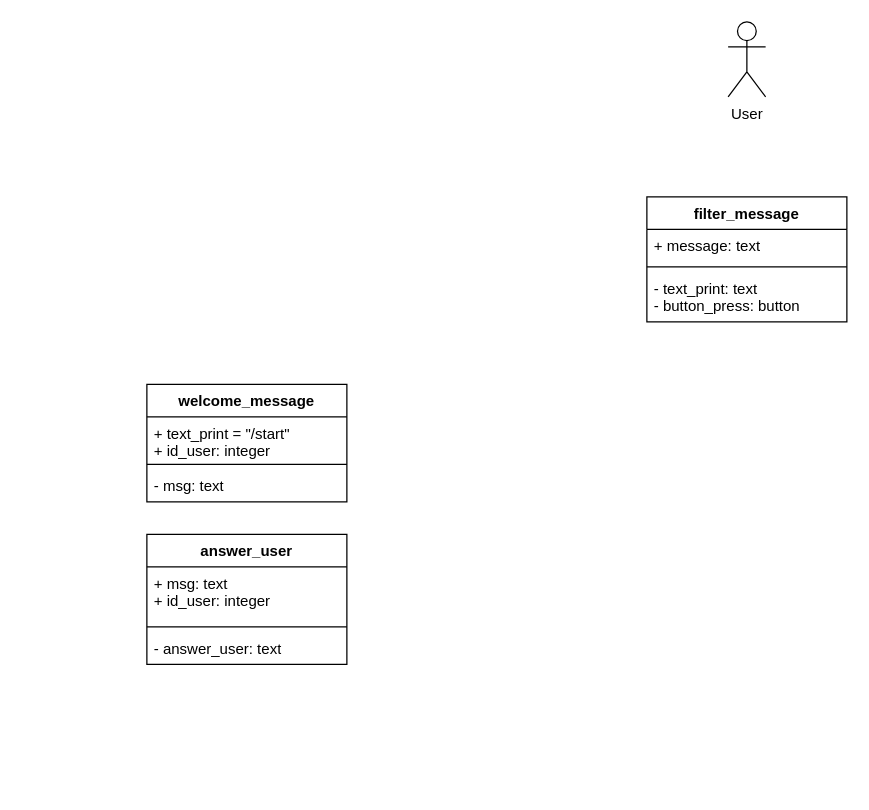
The draw.io diagram Functions for Telegram chatbot.drawio in Arnoldig/Coursemc_final_work, before the edit. Source tidied: cells renumbered, new cells numbered last; positions are measured from the earlier drawing's top-left corner, leaving out a move shared by most shapes. Both pictures are drawn from the tidied source at 125%, with x=0, y=0 at pixel (146, 21).
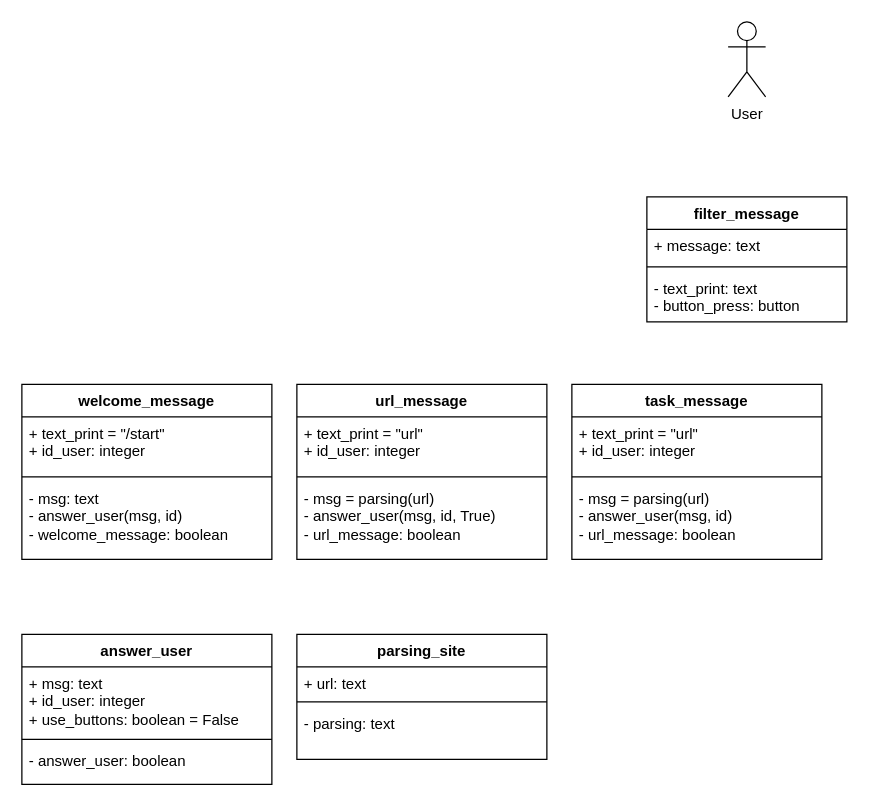
Above is the later version.

Commit message:
Всего 6 функций

Change to the diagram source:
```diff
@@
     <mxCell id="7" value="welcome_message" style="swimlane;fontStyle=1;align=center;verticalAlign=top;horizontal=1;startSize=26;whiteSpace=wrap;html=1;" parent="1" vertex="1">
-      <mxGeometry y="290" width="160" height="94" as="geometry" />
+      <mxGeometry x="-100" y="290" width="200" height="140" as="geometry" />
     </mxCell>
     <mxCell id="8" value="+ text_print = &quot;/start&quot;&lt;br&gt;+ id_user: integer" style="text;strokeColor=none;fillColor=none;align=left;verticalAlign=top;spacingLeft=4;spacingRight=4;overflow=hidden;whiteSpace=wrap;html=1;" parent="7" vertex="1">
-      <mxGeometry y="26" width="160" height="34" as="geometry" />
+      <mxGeometry y="26" width="200" height="44" as="geometry" />
     </mxCell>
     <mxCell id="9" style="line;strokeWidth=1;fillColor=none;align=left;verticalAlign=middle;spacingTop=-1;spacingLeft=3;spacingRight=3;labelPosition=right;strokeColor=inherit;" parent="7" vertex="1">
-      <mxGeometry y="60" width="160" height="8" as="geometry" />
+      <mxGeometry y="70" width="200" height="8" as="geometry" />
     </mxCell>
-    <mxCell id="10" value="- msg: text" style="text;strokeColor=none;fillColor=none;align=left;verticalAlign=top;spacingLeft=4;spacingRight=4;overflow=hidden;whiteSpace=wrap;html=1;" parent="7" vertex="1">
-      <mxGeometry y="68" width="160" height="26" as="geometry" />
+    <mxCell id="10" value="- msg: text&lt;br&gt;- answer_user(msg, id)&lt;br&gt;-&amp;nbsp;welcome_message: boolean" style="text;strokeColor=none;fillColor=none;align=left;verticalAlign=top;spacingLeft=4;spacingRight=4;overflow=hidden;whiteSpace=wrap;html=1;" parent="7" vertex="1">
+      <mxGeometry y="78" width="200" height="62" as="geometry" />
     </mxCell>
     <mxCell id="11" value="answer_user" style="swimlane;fontStyle=1;align=center;verticalAlign=top;horizontal=1;startSize=26;whiteSpace=wrap;html=1;" parent="1" vertex="1">
-      <mxGeometry y="410" width="160" height="104" as="geometry" />
+      <mxGeometry x="-100" y="490" width="200" height="120" as="geometry" />
     </mxCell>
-    <mxCell id="12" value="+ msg: text&lt;br&gt;+ id_user: integer" style="text;strokeColor=none;fillColor=none;align=left;verticalAlign=top;spacingLeft=4;spacingRight=4;overflow=hidden;whiteSpace=wrap;html=1;" parent="11" vertex="1">
-      <mxGeometry y="26" width="160" height="44" as="geometry" />
+    <mxCell id="12" value="+ msg: text&lt;br&gt;+ id_user: integer&lt;br&gt;+ use_buttons: boolean = False" style="text;strokeColor=none;fillColor=none;align=left;verticalAlign=top;spacingLeft=4;spacingRight=4;overflow=hidden;whiteSpace=wrap;html=1;" parent="11" vertex="1">
+      <mxGeometry y="26" width="200" height="54" as="geometry" />
     </mxCell>
     <mxCell id="13" style="line;strokeWidth=1;fillColor=none;align=left;verticalAlign=middle;spacingTop=-1;spacingLeft=3;spacingRight=3;labelPosition=right;strokeColor=inherit;" parent="11" vertex="1">
-      <mxGeometry y="70" width="160" height="8" as="geometry" />
+      <mxGeometry y="80" width="200" height="8" as="geometry" />
     </mxCell>
-    <mxCell id="14" value="- answer_user: text" style="text;strokeColor=none;fillColor=none;align=left;verticalAlign=top;spacingLeft=4;spacingRight=4;overflow=hidden;whiteSpace=wrap;html=1;" parent="11" vertex="1">
-      <mxGeometry y="78" width="160" height="26" as="geometry" />
+    <mxCell id="14" value="- answer_user: boolean" style="text;strokeColor=none;fillColor=none;align=left;verticalAlign=top;spacingLeft=4;spacingRight=4;overflow=hidden;whiteSpace=wrap;html=1;" parent="11" vertex="1">
+      <mxGeometry y="88" width="200" height="32" as="geometry" />
     </mxCell>
+    <mxCell id="15" value="url_message" style="swimlane;fontStyle=1;align=center;verticalAlign=top;horizontal=1;startSize=26;whiteSpace=wrap;html=1;" parent="1" vertex="1">
+      <mxGeometry x="120" y="290" width="200" height="140" as="geometry" />
+    </mxCell>
+    <mxCell id="16" value="+ text_print = &quot;url&quot;&lt;br&gt;+ id_user: integer" style="text;strokeColor=none;fillColor=none;align=left;verticalAlign=top;spacingLeft=4;spacingRight=4;overflow=hidden;whiteSpace=wrap;html=1;" parent="15" vertex="1">
+      <mxGeometry y="26" width="200" height="44" as="geometry" />
+    </mxCell>
+    <mxCell id="17" style="line;strokeWidth=1;fillColor=none;align=left;verticalAlign=middle;spacingTop=-1;spacingLeft=3;spacingRight=3;labelPosition=right;strokeColor=inherit;" parent="15" vertex="1">
+      <mxGeometry y="70" width="200" height="8" as="geometry" />
+    </mxCell>
+    <mxCell id="18" value="- msg = parsing(url)&lt;br&gt;- answer_user(msg, id, True)&lt;br&gt;-&amp;nbsp;url_message: boolean" style="text;strokeColor=none;fillColor=none;align=left;verticalAlign=top;spacingLeft=4;spacingRight=4;overflow=hidden;whiteSpace=wrap;html=1;" parent="15" vertex="1">
+      <mxGeometry y="78" width="200" height="62" as="geometry" />
+    </mxCell>
+    <mxCell id="19" value="parsing_site" style="swimlane;fontStyle=1;align=center;verticalAlign=top;horizontal=1;startSize=26;whiteSpace=wrap;html=1;" parent="1" vertex="1">
+      <mxGeometry x="120" y="490" width="200" height="100" as="geometry" />
+    </mxCell>
+    <mxCell id="20" value="+ url: text" style="text;strokeColor=none;fillColor=none;align=left;verticalAlign=top;spacingLeft=4;spacingRight=4;overflow=hidden;whiteSpace=wrap;html=1;" parent="19" vertex="1">
+      <mxGeometry y="26" width="200" height="24" as="geometry" />
+    </mxCell>
+    <mxCell id="21" style="line;strokeWidth=1;fillColor=none;align=left;verticalAlign=middle;spacingTop=-1;spacingLeft=3;spacingRight=3;labelPosition=right;strokeColor=inherit;" parent="19" vertex="1">
+      <mxGeometry y="50" width="200" height="8" as="geometry" />
+    </mxCell>
+    <mxCell id="22" value="- parsing: text" style="text;strokeColor=none;fillColor=none;align=left;verticalAlign=top;spacingLeft=4;spacingRight=4;overflow=hidden;whiteSpace=wrap;html=1;" parent="19" vertex="1">
+      <mxGeometry y="58" width="200" height="42" as="geometry" />
+    </mxCell>
+    <mxCell id="23" value="task_message" style="swimlane;fontStyle=1;align=center;verticalAlign=top;horizontal=1;startSize=26;whiteSpace=wrap;html=1;" parent="1" vertex="1">
+      <mxGeometry x="340" y="290" width="200" height="140" as="geometry" />
+    </mxCell>
+    <mxCell id="24" value="+ text_print = &quot;url&quot;&lt;br&gt;+ id_user: integer" style="text;strokeColor=none;fillColor=none;align=left;verticalAlign=top;spacingLeft=4;spacingRight=4;overflow=hidden;whiteSpace=wrap;html=1;" parent="23" vertex="1">
+      <mxGeometry y="26" width="200" height="44" as="geometry" />
+    </mxCell>
+    <mxCell id="25" style="line;strokeWidth=1;fillColor=none;align=left;verticalAlign=middle;spacingTop=-1;spacingLeft=3;spacingRight=3;labelPosition=right;strokeColor=inherit;" parent="23" vertex="1">
+      <mxGeometry y="70" width="200" height="8" as="geometry" />
+    </mxCell>
+    <mxCell id="26" value="- msg = parsing(url)&lt;br&gt;- answer_user(msg, id)&lt;br&gt;-&amp;nbsp;url_message: boolean" style="text;strokeColor=none;fillColor=none;align=left;verticalAlign=top;spacingLeft=4;spacingRight=4;overflow=hidden;whiteSpace=wrap;html=1;" parent="23" vertex="1">
+      <mxGeometry y="78" width="200" height="62" as="geometry" />
+    </mxCell>
```
